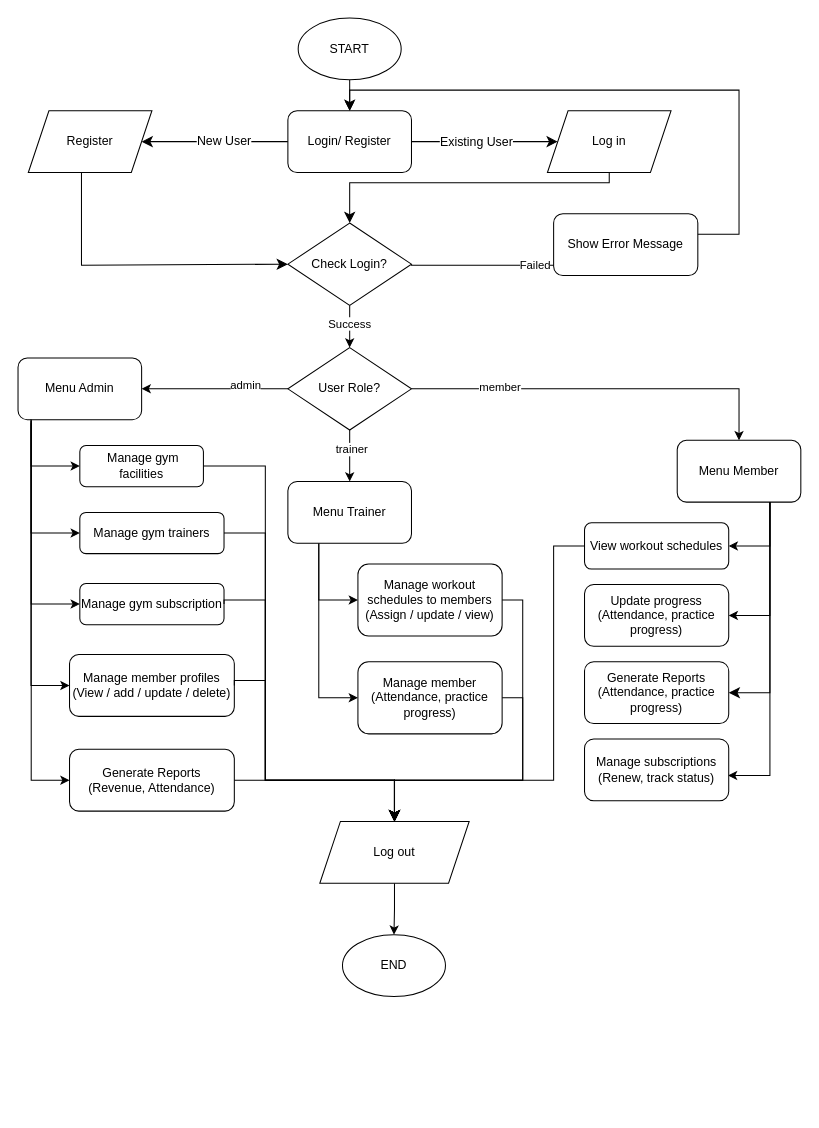
XuanAnh1312/GMS_PROJECT_JAVA keeps this draw.io diagram as Flowchart.drawio. Above is the earlier version. Source tidied: cells renumbered, new cells numbered last; positions are measured from the earlier drawing's top-left corner, leaving out a move shared by most shapes. Both pictures are drawn from the tidied source at 103%, with x=0, y=0 at pixel (18, 18).
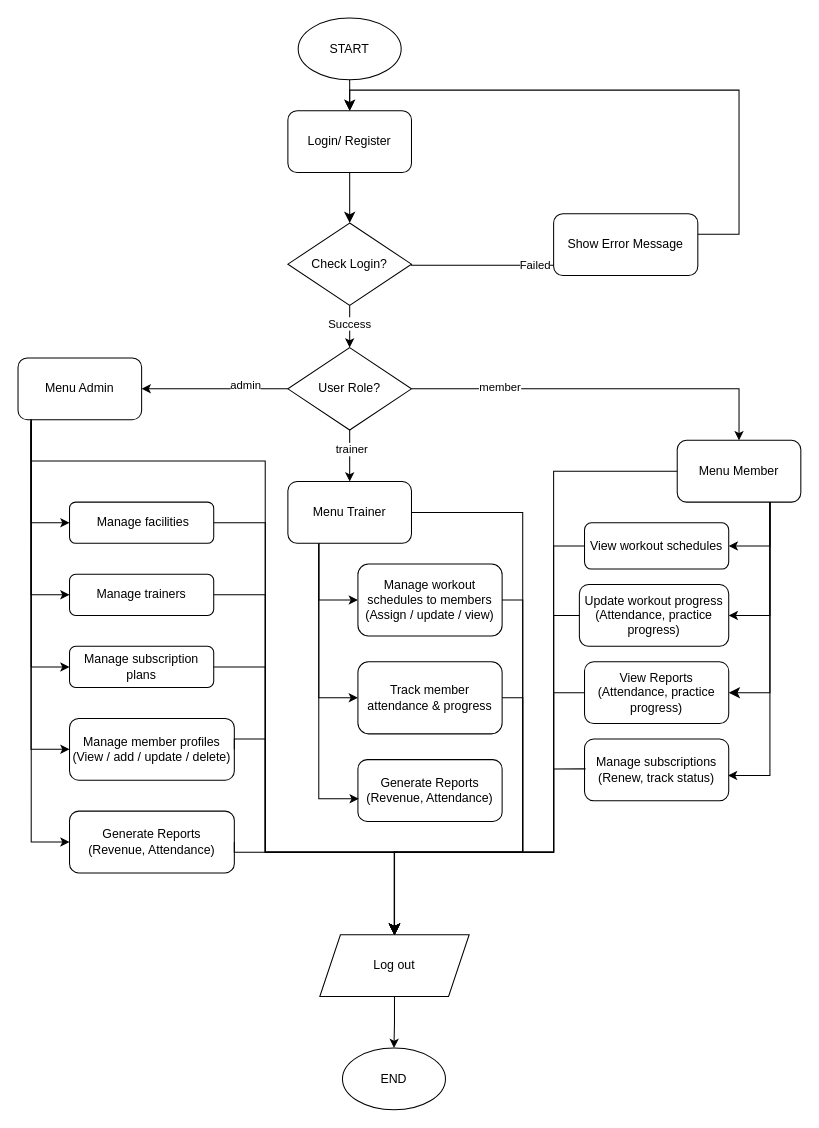
After the change.

The change refers to these unchanged cells:
```xml
<mxCell id="19" value="Menu Admin" style="rounded=1;whiteSpace=wrap;html=1;" parent="1" vertex="1">
  <mxGeometry y="330" width="120" height="60" as="geometry" />
</mxCell>
<mxCell id="22" value="Menu Trainer" style="rounded=1;whiteSpace=wrap;html=1;" parent="1" vertex="1">
  <mxGeometry x="262" y="450" width="120" height="60" as="geometry" />
</mxCell>
<mxCell id="27" value="Menu Member" style="rounded=1;whiteSpace=wrap;html=1;" parent="1" vertex="1">
  <mxGeometry x="640" y="410" width="120" height="60" as="geometry" />
</mxCell>
<mxCell id="35" value="Manage workout schedules to members&lt;div&gt;(Assign / update / view)&lt;/div&gt;" style="rounded=1;whiteSpace=wrap;html=1;" parent="1" vertex="1">
  <mxGeometry x="330" y="530" width="140" height="70" as="geometry" />
</mxCell>
<mxCell id="37" value="View workout schedules" style="whiteSpace=wrap;html=1;rounded=1;" parent="1" vertex="1">
  <mxGeometry x="550" y="490" width="140" height="45" as="geometry" />
</mxCell>
<mxCell id="39" value="Manage subscriptions&lt;div&gt;(Renew, track status)&lt;/div&gt;" style="whiteSpace=wrap;html=1;rounded=1;" parent="1" vertex="1">
  <mxGeometry x="550" y="700" width="140" height="60" as="geometry" />
</mxCell>
<mxCell id="56" value="Login/ Register" style="rounded=1;whiteSpace=wrap;html=1;" parent="1" vertex="1">
  <mxGeometry x="262" y="90" width="120" height="60" as="geometry" />
</mxCell>
<mxCell id="61" value="Check Login?" style="rhombus;whiteSpace=wrap;html=1;shapeInside=1;" parent="1" vertex="1">
  <mxGeometry x="262" y="199" width="120" height="80" as="geometry" />
</mxCell>
```

The edit, as a diff of the source:
```diff
@@
-    <mxCell id="28" value="&amp;nbsp;Manage gym facilities" style="whiteSpace=wrap;html=1;rounded=1;" parent="1" vertex="1">
-      <mxGeometry x="60" y="415" width="120" height="40" as="geometry" />
+    <mxCell id="28" value="&amp;nbsp;Manage facilities" style="whiteSpace=wrap;html=1;rounded=1;" parent="1" vertex="1">
+      <mxGeometry x="50" y="470" width="140" height="40" as="geometry" />
     </mxCell>
-    <mxCell id="29" value="Manage gym&amp;nbsp;trainers" style="whiteSpace=wrap;html=1;rounded=1;" parent="1" vertex="1">
-      <mxGeometry x="60" y="480" width="140" height="40" as="geometry" />
+    <mxCell id="29" value="Manage trainers" style="whiteSpace=wrap;html=1;rounded=1;" parent="1" vertex="1">
+      <mxGeometry x="50" y="540" width="140" height="40" as="geometry" />
     </mxCell>
-    <mxCell id="30" value="&lt;br&gt;Manage gym&amp;nbsp;subscription&lt;div&gt;&lt;br/&gt;&lt;/div&gt;" style="rounded=1;whiteSpace=wrap;html=1;" parent="1" vertex="1">
-      <mxGeometry x="60" y="549" width="140" height="40" as="geometry" />
+    <mxCell id="30" value="&lt;br&gt;Manage subscription plans&lt;div&gt;&lt;br&gt;&lt;/div&gt;" style="rounded=1;whiteSpace=wrap;html=1;" parent="1" vertex="1">
+      <mxGeometry x="50" y="610" width="140" height="40" as="geometry" />
     </mxCell>
     <mxCell id="31" value="Manage member profiles&lt;div&gt;(V&lt;span style=&quot;background-color: transparent; color: light-dark(rgb(0, 0, 0), rgb(255, 255, 255));&quot;&gt;iew&lt;/span&gt;&lt;span style=&quot;background-color: transparent; color: light-dark(rgb(0, 0, 0), rgb(255, 255, 255));&quot;&gt; &lt;/span&gt;&lt;span style=&quot;background-color: transparent; color: light-dark(rgb(0, 0, 0), rgb(255, 255, 255));&quot;&gt;/ a&lt;/span&gt;&lt;span style=&quot;background-color: transparent; color: light-dark(rgb(0, 0, 0), rgb(255, 255, 255));&quot;&gt;dd&lt;/span&gt;&lt;span style=&quot;background-color: transparent; color: light-dark(rgb(0, 0, 0), rgb(255, 255, 255));&quot;&gt; &lt;/span&gt;&lt;span style=&quot;background-color: transparent; color: light-dark(rgb(0, 0, 0), rgb(255, 255, 255));&quot;&gt;/ update / delete)&lt;/span&gt;&lt;/div&gt;" style="rounded=1;whiteSpace=wrap;html=1;" parent="1" vertex="1">
-      <mxGeometry x="50" y="618" width="160" height="60" as="geometry" />
+      <mxGeometry x="50" y="680" width="160" height="60" as="geometry" />
     </mxCell>
@@
     <mxCell id="33" value="Generate Reports&lt;div&gt;(Revenue, Attendance)&lt;/div&gt;" style="rounded=1;whiteSpace=wrap;html=1;" parent="1" vertex="1">
-      <mxGeometry x="50" y="710" width="160" height="60" as="geometry" />
+      <mxGeometry x="50" y="770" width="160" height="60" as="geometry" />
     </mxCell>
@@
-    <mxCell id="36" value="Manage member&lt;div&gt;(Attendance, practice progress)&lt;/div&gt;" style="whiteSpace=wrap;html=1;rounded=1;" parent="1" vertex="1">
+    <mxCell id="36" value="Track member attendance &amp;amp; progress" style="whiteSpace=wrap;html=1;rounded=1;" parent="1" vertex="1">
       <mxGeometry x="330" y="625" width="140" height="70" as="geometry" />
     </mxCell>
@@
-    <mxCell id="38" value="Update progress&lt;div&gt;(Attendance, practice progress)&lt;/div&gt;" style="whiteSpace=wrap;html=1;rounded=1;" parent="1" vertex="1">
-      <mxGeometry x="550" y="550" width="140" height="60" as="geometry" />
+    <mxCell id="38" value="Update workout progress&lt;div&gt;(Attendance, practice progress)&lt;/div&gt;" style="whiteSpace=wrap;html=1;rounded=1;" parent="1" vertex="1">
+      <mxGeometry x="545" y="550" width="145" height="60" as="geometry" />
     </mxCell>
@@
     <mxCell id="41" value="Log out" style="shape=parallelogram;perimeter=parallelogramPerimeter;whiteSpace=wrap;html=1;shapeInside=1;fixedSize=1;" parent="1" vertex="1">
-      <mxGeometry x="293" y="780" width="145" height="60" as="geometry" />
+      <mxGeometry x="293" y="890" width="145" height="60" as="geometry" />
     </mxCell>
     <mxCell id="42" value="END" style="ellipse;whiteSpace=wrap;html=1;shapeInside=1;" parent="1" vertex="1">
-      <mxGeometry x="315" y="890" width="100" height="60" as="geometry" />
+      <mxGeometry x="315" y="1000" width="100" height="60" as="geometry" />
     </mxCell>
-    <mxCell id="43" value="Generate Reports&lt;div&gt;(Attendance, practice progress)&lt;/div&gt;" style="whiteSpace=wrap;html=1;rounded=1;" parent="1" vertex="1">
+    <mxCell id="43" value="View Reports&lt;div&gt;(Attendance, practice progress)&lt;/div&gt;" style="whiteSpace=wrap;html=1;rounded=1;" parent="1" vertex="1">
       <mxGeometry x="550" y="625" width="140" height="60" as="geometry" />
     </mxCell>
     <mxCell id="44" style="endArrow=classic;html=1;rounded=0;fontSize=12;startSize=8;endSize=8;entryX=0.5;entryY=0;entryDx=0;entryDy=0;exitX=1;exitY=0.5;exitDx=0;exitDy=0;edgeStyle=orthogonalEdgeStyle;" parent="1" edge="1" source="28" target="41">
       <mxGeometry relative="1" as="geometry">
         <Array as="points">
-          <mxPoint x="240.1" y="435.1" />
-          <mxPoint x="240.1" y="740" />
-          <mxPoint x="365.5" y="740" />
+          <mxPoint x="240.1" y="490" />
+          <mxPoint x="240.1" y="810" />
+          <mxPoint x="365.5" y="810" />
         </Array>
       </mxGeometry>
     </mxCell>
     <mxCell id="45" style="endArrow=classic;html=1;rounded=0;fontSize=12;startSize=8;endSize=8;exitX=1;exitY=0.5;exitDx=0;exitDy=0;entryX=0.5;entryY=0;entryDx=0;entryDy=0;edgeStyle=orthogonalEdgeStyle;" parent="1" edge="1" source="29" target="41">
       <mxGeometry relative="1" as="geometry">
         <Array as="points">
-          <mxPoint x="240.1" y="500" />
-          <mxPoint x="240.1" y="740" />
-          <mxPoint x="365.5" y="740" />
+          <mxPoint x="240.1" y="560" />
+          <mxPoint x="240.1" y="810" />
+          <mxPoint x="365.5" y="810" />
         </Array>
       </mxGeometry>
     </mxCell>
     <mxCell id="46" style="endArrow=classic;html=1;rounded=0;fontSize=12;startSize=8;endSize=8;entryX=0.5;entryY=0;entryDx=0;entryDy=0;exitX=1;exitY=0.5;exitDx=0;exitDy=0;edgeStyle=orthogonalEdgeStyle;" parent="1" edge="1" source="30" target="41">
       <mxGeometry relative="1" as="geometry">
         <Array as="points">
-          <mxPoint x="200.1" y="565.1" />
-          <mxPoint x="240.1" y="565.1" />
-          <mxPoint x="240.1" y="740" />
-          <mxPoint x="365.5" y="740" />
+          <mxPoint x="240.1" y="630" />
+          <mxPoint x="240.1" y="810" />
+          <mxPoint x="365.5" y="810" />
         </Array>
       </mxGeometry>
     </mxCell>
     <mxCell id="47" style="endArrow=classic;html=1;rounded=0;fontSize=12;startSize=8;endSize=8;entryX=0.5;entryY=0;entryDx=0;entryDy=0;exitX=1;exitY=0.5;exitDx=0;exitDy=0;edgeStyle=orthogonalEdgeStyle;" parent="1" edge="1" source="31" target="41">
       <mxGeometry relative="1" as="geometry">
         <Array as="points">
-          <mxPoint x="210.1" y="643.1" />
-          <mxPoint x="240.1" y="643.1" />
-          <mxPoint x="240.1" y="740" />
-          <mxPoint x="365.5" y="740" />
+          <mxPoint x="240.1" y="700" />
+          <mxPoint x="240.1" y="810" />
+          <mxPoint x="365.5" y="810" />
         </Array>
       </mxGeometry>
     </mxCell>
     <mxCell id="48" style="endArrow=classic;html=1;rounded=0;fontSize=12;startSize=8;endSize=8;entryX=0.5;entryY=0;entryDx=0;entryDy=0;exitX=1;exitY=0.5;exitDx=0;exitDy=0;edgeStyle=orthogonalEdgeStyle;" parent="1" edge="1" source="33" target="41">
-      <mxGeometry relative="1" as="geometry" />
+      <mxGeometry relative="1" as="geometry">
+        <Array as="points">
+          <mxPoint x="210" y="810" />
+          <mxPoint x="365.5" y="810" />
+        </Array>
+      </mxGeometry>
     </mxCell>
     <mxCell id="49" style="endArrow=classic;html=1;rounded=0;fontSize=12;startSize=8;endSize=8;edgeStyle=orthogonalEdgeStyle;exitX=1;exitY=0.5;exitDx=0;exitDy=0;entryX=0.5;entryY=0;entryDx=0;entryDy=0;" parent="1" edge="1" source="35" target="41">
       <mxGeometry relative="1" as="geometry">
         <Array as="points">
           <mxPoint x="490" y="565" />
-          <mxPoint x="490" y="740" />
-          <mxPoint x="365.6" y="740" />
+          <mxPoint x="490" y="810" />
+          <mxPoint x="365.5" y="810" />
         </Array>
       </mxGeometry>
     </mxCell>
     <mxCell id="50" style="endArrow=classic;html=1;rounded=0;fontSize=12;startSize=8;endSize=8;edgeStyle=orthogonalEdgeStyle;exitX=1;exitY=0.5;exitDx=0;exitDy=0;entryX=0.5;entryY=0;entryDx=0;entryDy=0;" parent="1" edge="1" source="36" target="41">
       <mxGeometry relative="1" as="geometry">
         <Array as="points">
           <mxPoint x="490" y="660" />
-          <mxPoint x="490" y="740" />
-          <mxPoint x="365.6" y="740" />
+          <mxPoint x="490" y="810" />
+          <mxPoint x="365.5" y="810" />
         </Array>
       </mxGeometry>
     </mxCell>
     <mxCell id="51" style="endArrow=classic;html=1;rounded=0;fontSize=12;startSize=8;endSize=8;exitX=0;exitY=0.5;exitDx=0;exitDy=0;entryX=0.5;entryY=0;entryDx=0;entryDy=0;edgeStyle=orthogonalEdgeStyle;" parent="1" edge="1" source="37" target="41">
       <mxGeometry relative="1" as="geometry">
         <Array as="points">
           <mxPoint x="520" y="512.5" />
-          <mxPoint x="520" y="740" />
-          <mxPoint x="365.5" y="740" />
+          <mxPoint x="520" y="810" />
+          <mxPoint x="365.5" y="810" />
         </Array>
       </mxGeometry>
     </mxCell>
-    <mxCell id="52" style="edgeStyle=none;curved=1;rounded=0;jettySize=auto;html=1;fontSize=12;startSize=8;endSize=8;" parent="1" edge="1" source="56" target="58">
-      <mxGeometry relative="1" as="geometry" />
-    </mxCell>
-    <mxCell id="53" value="New User" style="edgeLabel;html=1;align=center;verticalAlign=middle;fontSize=12;" parent="52" vertex="1">
-      <mxGeometry x="-0.11" y="-1" relative="1" as="geometry" />
-    </mxCell>
-    <mxCell id="54" style="edgeStyle=none;curved=1;rounded=0;jettySize=auto;html=1;fontSize=12;startSize=8;endSize=8;" parent="1" edge="1" source="56" target="60">
-      <mxGeometry relative="1" as="geometry" />
-    </mxCell>
-    <mxCell id="55" value="Existing User" style="edgeLabel;html=1;align=center;verticalAlign=middle;fontSize=12;" parent="54" vertex="1">
-      <mxGeometry x="-0.13" relative="1" as="geometry" />
-    </mxCell>
@@
-    <mxCell id="57" style="edgeStyle=orthogonalEdgeStyle;rounded=0;jettySize=auto;html=1;fontSize=12;startSize=8;endSize=8;exitX=0.43;exitY=1.006;exitDx=0;exitDy=0;exitPerimeter=0;entryX=0;entryY=0.5;entryDx=0;entryDy=0;" parent="1" edge="1" source="58" target="61">
-      <mxGeometry relative="1" as="geometry">
-        <Array as="points">
-          <mxPoint x="61.6" y="240" />
-        </Array>
-      </mxGeometry>
-    </mxCell>
-    <mxCell id="58" value="Register" style="shape=parallelogram;perimeter=parallelogramPerimeter;whiteSpace=wrap;html=1;shapeInside=1;fixedSize=1;" parent="1" vertex="1">
-      <mxGeometry x="10" y="90" width="120" height="60" as="geometry" />
-    </mxCell>
-    <mxCell id="59" style="edgeStyle=orthogonalEdgeStyle;rounded=0;jettySize=auto;html=1;fontSize=12;startSize=8;endSize=8;entryX=0.5;entryY=0;entryDx=0;entryDy=0;" parent="1" edge="1" target="61">
+    <mxCell id="59" style="edgeStyle=orthogonalEdgeStyle;rounded=0;jettySize=auto;html=1;fontSize=12;startSize=8;endSize=8;entryX=0.5;entryY=0;entryDx=0;entryDy=0;exitX=0.5;exitY=1;exitDx=0;exitDy=0;" parent="1" edge="1" source="56" target="61">
       <mxGeometry relative="1" as="geometry">
-        <mxPoint x="574" y="140" as="sourcePoint" />
         <Array as="points">
-          <mxPoint x="574" y="160" />
-          <mxPoint x="322" y="160" />
+          <mxPoint x="322" y="150" />
+          <mxPoint x="322" y="150" />
         </Array>
       </mxGeometry>
     </mxCell>
-    <mxCell id="60" value="Log in" style="shape=parallelogram;perimeter=parallelogramPerimeter;whiteSpace=wrap;html=1;shapeInside=1;fixedSize=1;" parent="1" vertex="1">
-      <mxGeometry x="514" y="90" width="120" height="60" as="geometry" />
-    </mxCell>
@@
+    <mxCell id="63" style="edgeStyle=orthogonalEdgeStyle;rounded=0;jettySize=auto;html=1;entryX=0.5;entryY=0;entryDx=0;entryDy=0;exitX=0.107;exitY=0.991;exitDx=0;exitDy=0;exitPerimeter=0;" parent="1" edge="1" source="19" target="41">
+      <mxGeometry relative="1" as="geometry">
+        <Array as="points">
+          <mxPoint x="12.8" y="430" />
+          <mxPoint x="240" y="430" />
+          <mxPoint x="240" y="810" />
+          <mxPoint x="365.5" y="810" />
+        </Array>
+      </mxGeometry>
+    </mxCell>
+    <mxCell id="64" style="edgeStyle=orthogonalEdgeStyle;rounded=0;jettySize=auto;html=1;exitX=1;exitY=0.5;exitDx=0;exitDy=0;" parent="1" edge="1" source="22" target="41">
+      <mxGeometry relative="1" as="geometry">
+        <Array as="points">
+          <mxPoint x="490" y="480" />
+          <mxPoint x="490" y="810" />
+          <mxPoint x="365.5" y="810" />
+        </Array>
+      </mxGeometry>
+    </mxCell>
+    <mxCell id="65" style="edgeStyle=orthogonalEdgeStyle;rounded=0;jettySize=auto;html=1;exitX=0;exitY=0.5;exitDx=0;exitDy=0;" parent="1" edge="1" source="27" target="41">
+      <mxGeometry relative="1" as="geometry">
+        <Array as="points">
+          <mxPoint x="520" y="440" />
+          <mxPoint x="520" y="810" />
+          <mxPoint x="365.5" y="810" />
+        </Array>
+      </mxGeometry>
+    </mxCell>
+    <mxCell id="66" value="Generate Reports&lt;div&gt;(Revenue, Attendance)&lt;/div&gt;" style="rounded=1;whiteSpace=wrap;html=1;" parent="1" vertex="1">
+      <mxGeometry x="330" y="720" width="140" height="60" as="geometry" />
+    </mxCell>
+    <mxCell id="67" style="edgeStyle=orthogonalEdgeStyle;rounded=0;jettySize=auto;html=1;entryX=0.006;entryY=0.633;entryDx=0;entryDy=0;exitX=0.25;exitY=1;exitDx=0;exitDy=0;entryPerimeter=0;" parent="1" edge="1" source="22" target="66">
+      <mxGeometry relative="1" as="geometry" />
+    </mxCell>
+    <mxCell id="68" style="edgeStyle=orthogonalEdgeStyle;rounded=0;jettySize=auto;html=1;exitX=0;exitY=0.5;exitDx=0;exitDy=0;entryX=0.5;entryY=0;entryDx=0;entryDy=0;" parent="1" edge="1" source="38" target="41">
+      <mxGeometry relative="1" as="geometry">
+        <Array as="points">
+          <mxPoint x="520" y="580" />
+          <mxPoint x="520" y="810" />
+          <mxPoint x="365.5" y="810" />
+        </Array>
+      </mxGeometry>
+    </mxCell>
+    <mxCell id="69" style="edgeStyle=orthogonalEdgeStyle;rounded=0;jettySize=auto;html=1;exitX=0;exitY=0.5;exitDx=0;exitDy=0;entryX=0.5;entryY=0;entryDx=0;entryDy=0;" parent="1" edge="1" source="43" target="41">
+      <mxGeometry relative="1" as="geometry">
+        <Array as="points">
+          <mxPoint x="520" y="655" />
+          <mxPoint x="520" y="810" />
+          <mxPoint x="365.5" y="810" />
+        </Array>
+      </mxGeometry>
+    </mxCell>
+    <mxCell id="70" style="edgeStyle=orthogonalEdgeStyle;rounded=0;jettySize=auto;html=1;exitX=0.007;exitY=0.483;exitDx=0;exitDy=0;exitPerimeter=0;entryX=0.5;entryY=0;entryDx=0;entryDy=0;" parent="1" edge="1" source="39" target="41">
+      <mxGeometry relative="1" as="geometry">
+        <Array as="points">
+          <mxPoint x="520" y="729" />
+          <mxPoint x="520" y="810" />
+          <mxPoint x="365.5" y="810" />
+        </Array>
+      </mxGeometry>
+    </mxCell>
```
